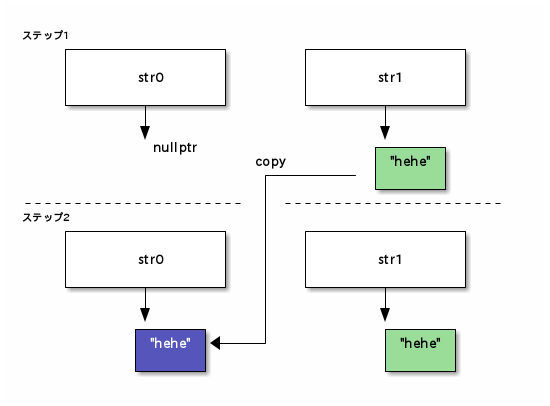
The PlantUML diagram plant_uml/rvalue_from_lvalue.png in ichiroprogrammer/deep_cpp, before a commit. Its source is kept beside it as plant_uml/rvalue_from_lvalue.pu. The source it was exported from:
```plantuml
@startditaa
ステップ1
    +---------------+       +---------------+
    |               |       |               |
    |      str0     |       |      str1     |
    |               |       |               |
    +-------+-------+       +-------+-------+
            |                       |
            V                       V
            nullptr                +------+
                       copy        |"hehe"|
                        +--------- | cGRE |
                        |          +------+
-=--------------------- | -=---------------------
ステップ2                   |
    +---------------+   |   +---------------+
    |               |   |   |               |
    |      str0     |   |   |      str1     |
    |               |   |   |               |
    +-------+-------+   |   +-------+-------+
            |           |           |
            V           |           V
           +------+     |           +------+
           |"hehe"|<----+           |"hehe"|
           | cBLU |                 | cGRE |
           +------+                 +------+
@endditaa
```
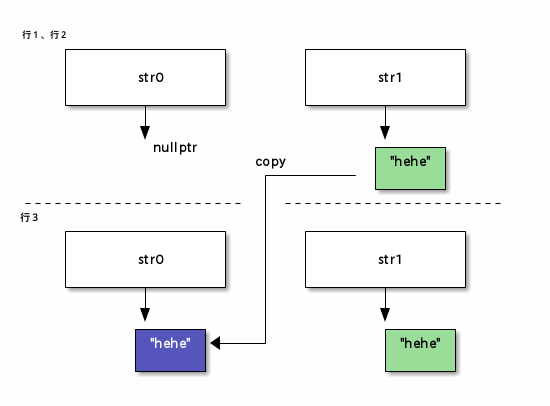
Later version of the same file.

Diff of the diagram source:
```diff
@@ -1,5 +1,5 @@
 @startditaa
-ステップ1
+行１、行２
     +---------------+       +---------------+
     |               |       |               |
     |      str0     |       |      str1     |
@@ -12,7 +12,7 @@
                         +--------- | cGRE |
                         |          +------+
 -=--------------------- | -=---------------------
-ステップ2                   |
+行３                      |
     +---------------+   |   +---------------+
     |               |   |   |               |
     |      str0     |   |   |      str1     |
```
